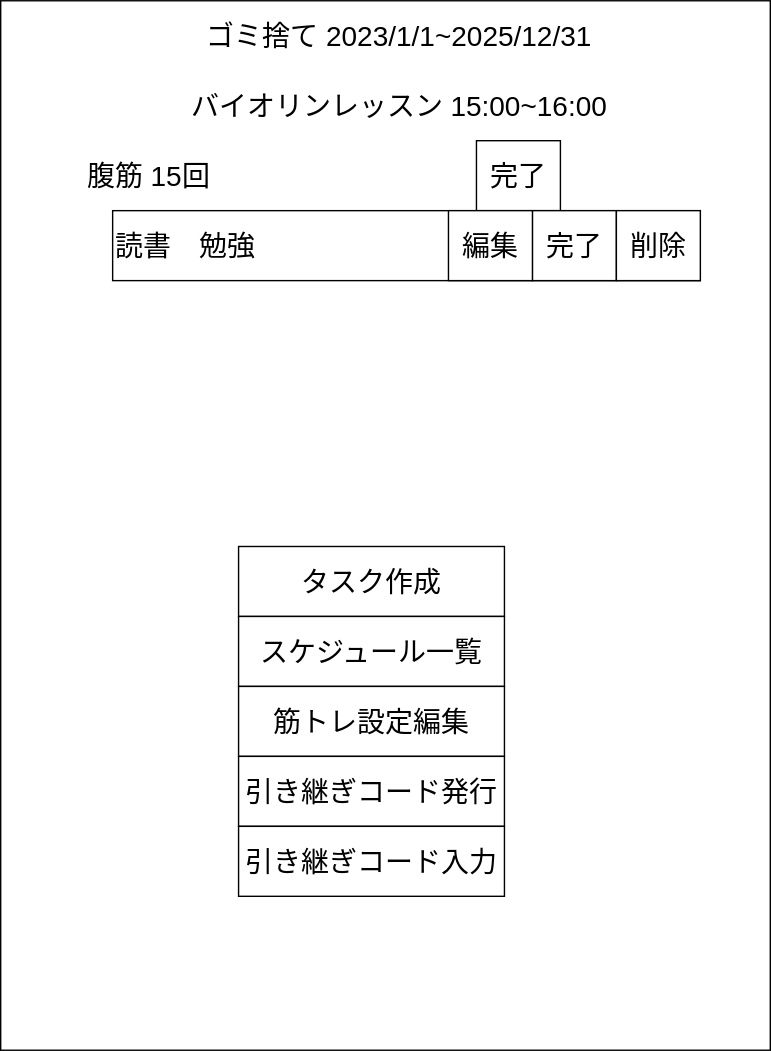
The draw.io diagram top_page.drawio.svg in anti-paper/anti_paper_wf, before a commit. Source tidied: cells renumbered, new cells last; positions are measured from the earlier drawing's top-left corner, leaving out a move shared by most shapes.
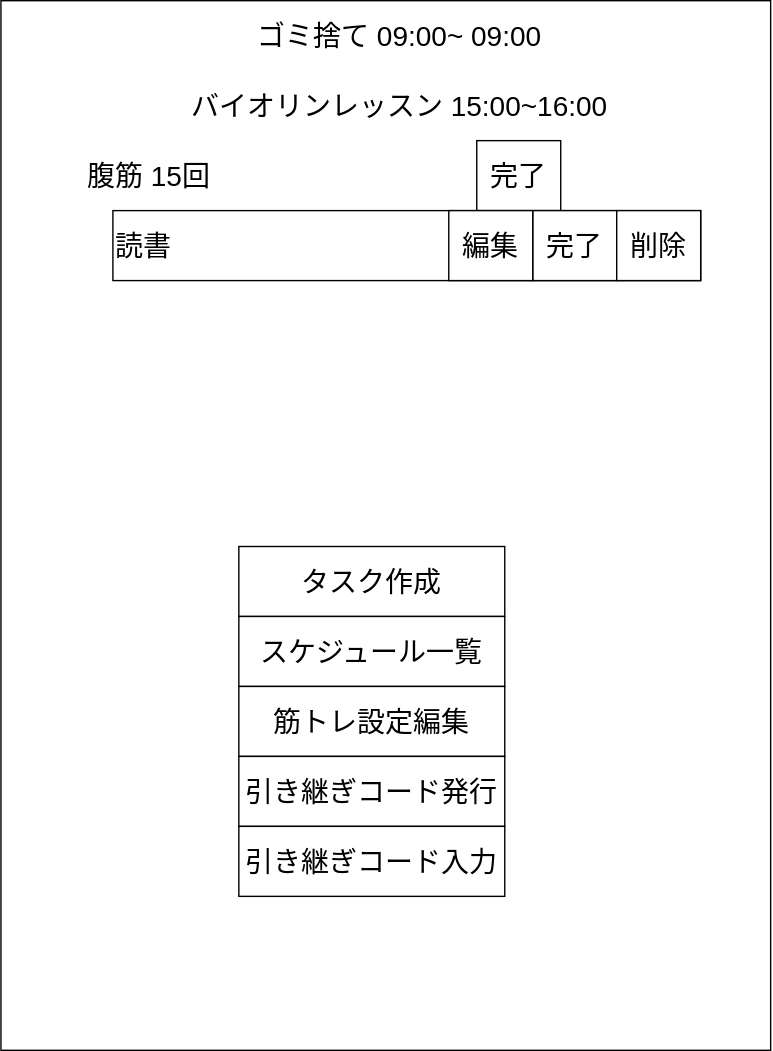
Later version of the same file.

Commit message:
トップページ修正

What changed in the source:
```diff
@@ -5,10 +5,10 @@
     <mxCell id="2" style="rounded=0;whiteSpace=wrap;html=1;" parent="1" vertex="1">
       <mxGeometry width="550" height="750" as="geometry" />
     </mxCell>
-    <mxCell id="3" value="ゴミ捨て 2023/1/1~2025/12/31" style="text;html=1;align=center;verticalAlign=middle;whiteSpace=wrap;rounded=0;fontSize=20;" parent="1" vertex="1">
+    <mxCell id="3" value="&lt;font style=&quot;&quot;&gt;ゴミ捨て 09:00~&lt;span style=&quot;&quot;&gt;09:00&lt;/span&gt;&lt;/font&gt;" style="text;html=1;align=center;verticalAlign=middle;whiteSpace=wrap;rounded=0;fontSize=20;fontColor=light-dark(#000000,#FFFFFF);" parent="1" vertex="1">
       <mxGeometry x="60" width="450" height="50" as="geometry" />
     </mxCell>
-    <mxCell id="4" value="バイオリンレッスン 15:00~16:00" style="text;html=1;align=center;verticalAlign=middle;whiteSpace=wrap;rounded=0;fontSize=20;" parent="1" vertex="1">
+    <mxCell id="4" value="バイオリンレッスン 15:00~16:00" style="text;html=1;align=center;verticalAlign=middle;whiteSpace=wrap;rounded=0;fontSize=20;fontColor=light-dark(#000000,#FFFFFF);" parent="1" vertex="1">
       <mxGeometry x="60" y="50" width="450" height="50" as="geometry" />
     </mxCell>
     <mxCell id="5" value="　　　　　　腹筋 15回" style="text;html=1;align=left;verticalAlign=middle;whiteSpace=wrap;rounded=0;fontSize=20;" parent="1" vertex="1">
@@ -17,7 +17,7 @@
     <mxCell id="6" value="完了" style="rounded=0;whiteSpace=wrap;html=1;fontSize=20;" parent="1" vertex="1">
       <mxGeometry x="340" y="100" width="60" height="50" as="geometry" />
     </mxCell>
-    <mxCell id="7" value="&lt;span style=&quot;color: rgb(255, 255, 255);&quot;&gt;　　　　　&lt;/span&gt;読書　勉強" style="rounded=0;whiteSpace=wrap;html=1;fontSize=20;align=left;" parent="1" vertex="1">
+    <mxCell id="7" value="&lt;span style=&quot;color: rgb(255, 255, 255);&quot;&gt;　　　　　&lt;/span&gt;読書" style="rounded=0;whiteSpace=wrap;html=1;fontSize=20;align=left;" parent="1" vertex="1">
       <mxGeometry x="80" y="150" width="420" height="50" as="geometry" />
     </mxCell>
     <mxCell id="8" value="完了" style="rounded=0;whiteSpace=wrap;html=1;fontSize=20;" parent="1" vertex="1">
```
